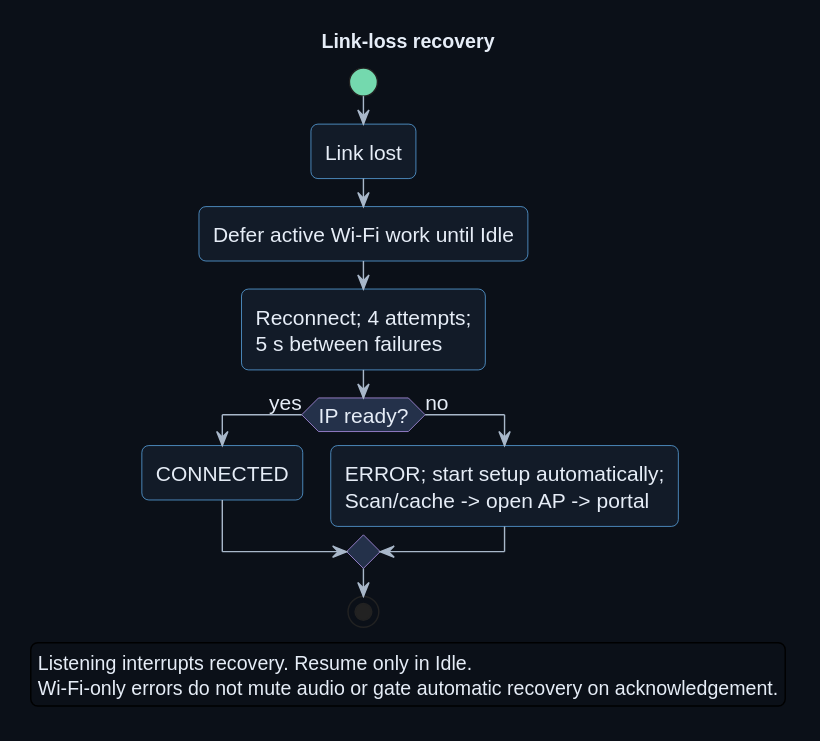
Above: Development/system/architecture/rendered/wifi_recovery.svg in DemonicPsychoII/DigitalStethoscope (PlantUML), before the change.
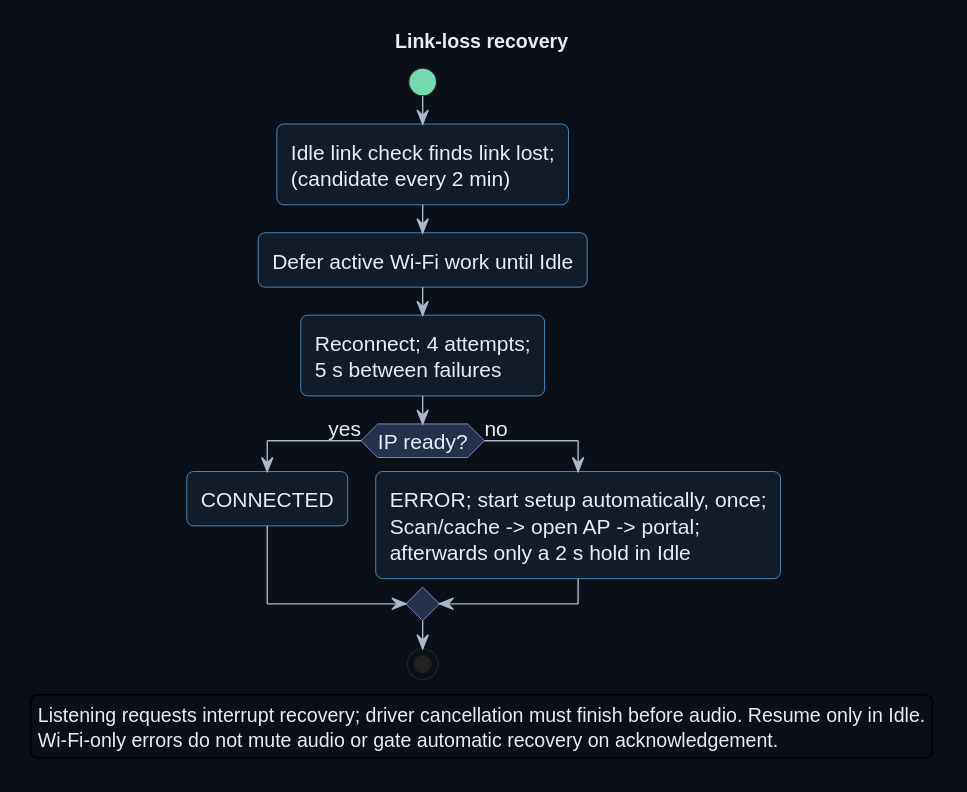
Above is the later version.

The edit, as a diff of the source:
```diff
@@ -25,17 +25,17 @@
 }
 title Link-loss recovery
 start
-:Link lost;
+:Idle link check finds link lost;\n(candidate every 2 min);
 :Defer active Wi-Fi work until Idle;
 :Reconnect; 4 attempts;\n5 s between failures;
 if (IP ready?) then (yes)
  :CONNECTED;
 else (no)
- :ERROR; start setup automatically;\nScan/cache -> open AP -> portal;
+ :ERROR; start setup automatically, once;\nScan/cache -> open AP -> portal;\nafterwards only a 2 s hold in Idle;
 endif
 stop
 legend bottom
- Listening interrupts recovery. Resume only in Idle.
+ Listening requests interrupt recovery; driver cancellation must finish before audio. Resume only in Idle.
  Wi-Fi-only errors do not mute audio or gate automatic recovery on acknowledgement.
 endlegend
 @enduml
```
